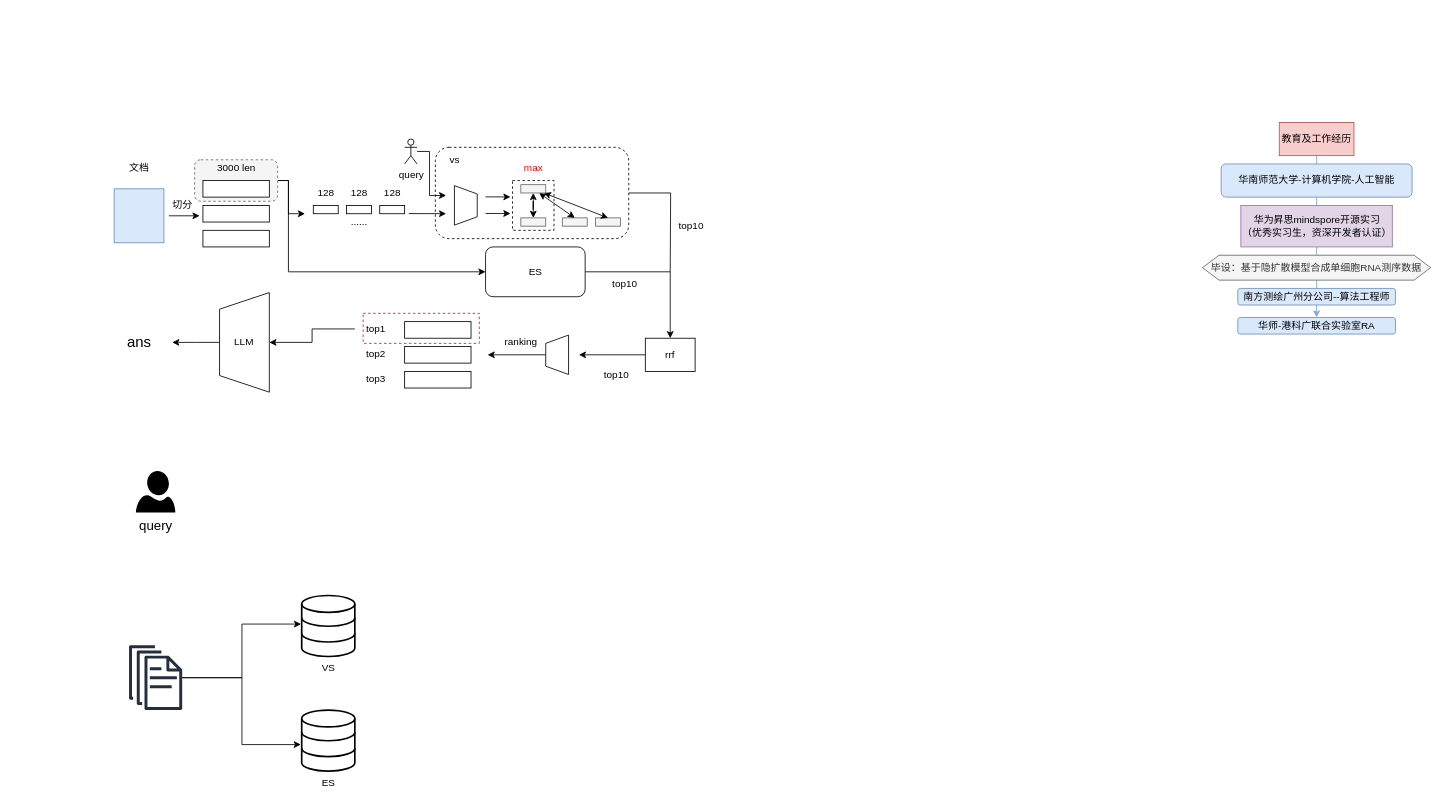
The draw.io diagram Paper replay/答辩.drawio in kingkingofall/school_project, before the edit. Source tidied: cells renumbered, new cells numbered last; positions are measured from the earlier drawing's top-left corner, leaving out a move shared by most shapes. Both pictures are drawn from the tidied source at 83%, with x=0, y=0 at pixel (114, 122).
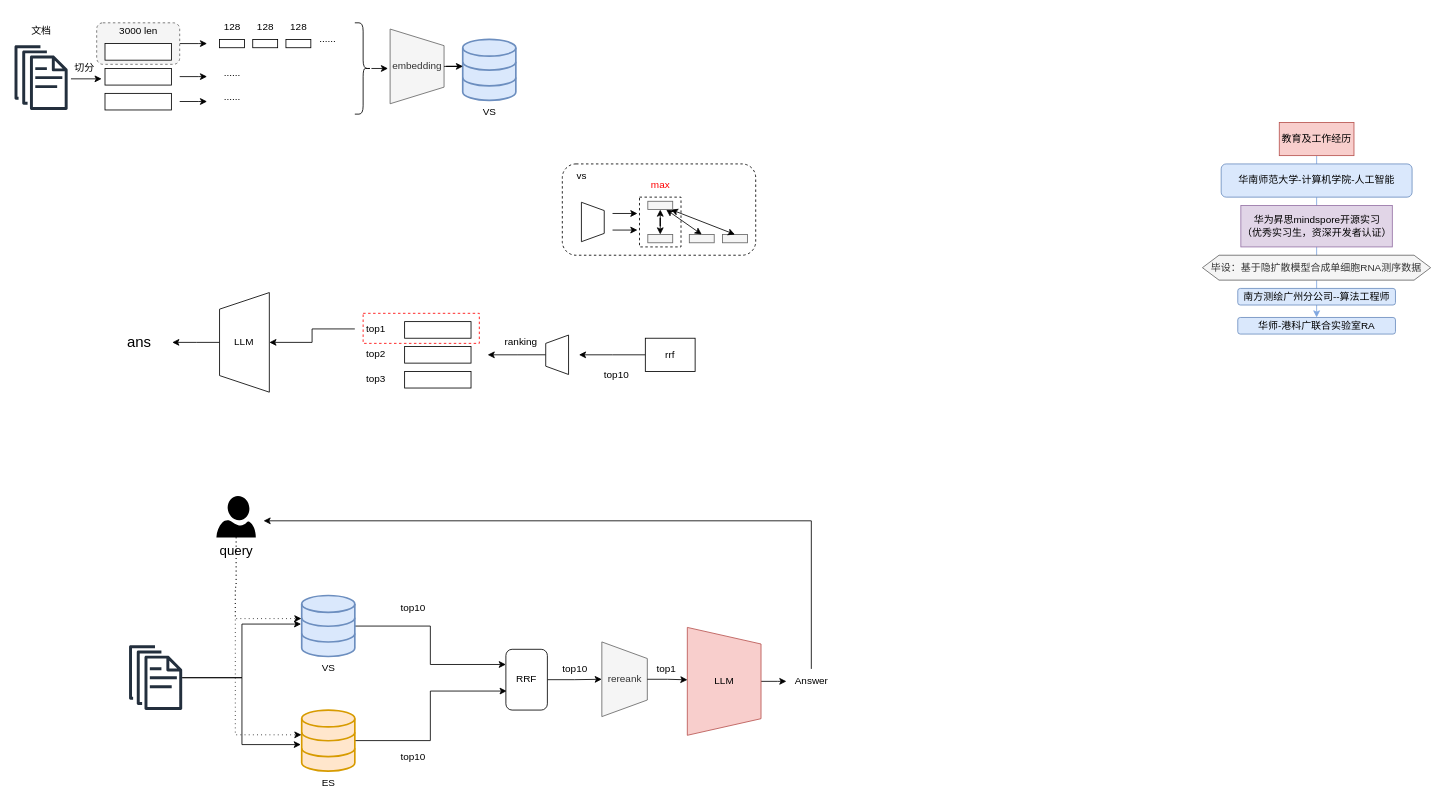
Above is the later version.

The change refers to these unchanged cells:
```xml
<mxCell id="17" value="rrf" style="rounded=0;whiteSpace=wrap;html=1;" parent="1" vertex="1">
  <mxGeometry x="640" y="260" width="60" height="40" as="geometry" />
</mxCell>
```

Diff of the diagram source:
```diff
@@
-    <mxCell id="3" style="edgeStyle=orthogonalEdgeStyle;rounded=0;jettySize=auto;html=1;endArrow=none;endFill=0;" parent="1" edge="1" source="4">
-      <mxGeometry relative="1" as="geometry">
-        <mxPoint x="670" y="180" as="targetPoint" />
-      </mxGeometry>
-    </mxCell>
     <mxCell id="4" style="rounded=1;whiteSpace=wrap;html=1;dashed=1;" parent="1" vertex="1">
-      <mxGeometry x="387" y="30" width="233" height="110" as="geometry" />
+      <mxGeometry x="540" y="50" width="233" height="110" as="geometry" />
     </mxCell>
     <mxCell id="5" style="rounded=0;whiteSpace=wrap;html=1;dashed=1;" parent="1" vertex="1">
-      <mxGeometry x="480" y="70" width="50" height="60" as="geometry" />
+      <mxGeometry x="633" y="90" width="50" height="60" as="geometry" />
     </mxCell>
     <mxCell id="6" style="edgeStyle=orthogonalEdgeStyle;rounded=0;jettySize=auto;html=1;" parent="1" edge="1" source="8">
       <mxGeometry relative="1" as="geometry">
-        <mxPoint x="230" y="110" as="targetPoint" />
+        <mxPoint x="112" y="-95" as="targetPoint" />
         <Array as="points">
-          <mxPoint x="210" y="70" />
-          <mxPoint x="210" y="110" />
+          <mxPoint x="102" y="-95" />
+          <mxPoint x="102" y="-95" />
         </Array>
       </mxGeometry>
     </mxCell>
-    <mxCell id="7" style="edgeStyle=orthogonalEdgeStyle;rounded=0;jettySize=auto;html=1;exitX=1;exitY=0.5;exitDx=0;exitDy=0;entryX=0;entryY=0.5;entryDx=0;entryDy=0;" parent="1" edge="1" source="8" target="64">
-      <mxGeometry relative="1" as="geometry">
-        <Array as="points">
-          <mxPoint x="210" y="70" />
-          <mxPoint x="210" y="180" />
-        </Array>
-      </mxGeometry>
-    </mxCell>
     <mxCell id="8" style="rounded=1;whiteSpace=wrap;html=1;dashed=1;fillColor=#f5f5f5;fontColor=#333333;strokeColor=#666666;" parent="1" vertex="1">
-      <mxGeometry x="97" y="45" width="100" height="50" as="geometry" />
+      <mxGeometry x="-21" y="-120" width="100" height="50" as="geometry" />
     </mxCell>
@@
     <mxCell id="18" style="edgeStyle=orthogonalEdgeStyle;rounded=0;orthogonalLoop=1;jettySize=auto;html=1;" parent="1" edge="1">
       <mxGeometry relative="1" as="geometry">
-        <mxPoint x="66" y="112.5" as="sourcePoint" />
-        <mxPoint x="103" y="112.5" as="targetPoint" />
+        <mxPoint x="-52" y="-52.5" as="sourcePoint" />
+        <mxPoint x="-15" y="-52.5" as="targetPoint" />
       </mxGeometry>
     </mxCell>
-    <mxCell id="19" style="rounded=0;whiteSpace=wrap;html=1;fillColor=#dae8fc;strokeColor=#6c8ebf;" parent="1" vertex="1">
-      <mxGeometry y="80" width="60" height="65" as="geometry" />
-    </mxCell>
     <mxCell id="20" value="文档" style="text;html=1;align=center;verticalAlign=middle;strokeColor=none;fillColor=none;" parent="1" vertex="1">
-      <mxGeometry x="5" y="40" width="50" height="30" as="geometry" />
+      <mxGeometry x="-113" y="-125" width="50" height="30" as="geometry" />
     </mxCell>
     <mxCell id="21" style="rounded=0;whiteSpace=wrap;html=1;" parent="1" vertex="1">
-      <mxGeometry x="107" y="70" width="80" height="20" as="geometry" />
+      <mxGeometry x="-11" y="-95" width="80" height="20" as="geometry" />
     </mxCell>
     <mxCell id="22" style="rounded=0;whiteSpace=wrap;html=1;" parent="1" vertex="1">
-      <mxGeometry x="107" y="100" width="80" height="20" as="geometry" />
+      <mxGeometry x="-11" y="-65" width="80" height="20" as="geometry" />
     </mxCell>
     <mxCell id="23" style="rounded=0;whiteSpace=wrap;html=1;" parent="1" vertex="1">
-      <mxGeometry x="107" y="130" width="80" height="20" as="geometry" />
+      <mxGeometry x="-11" y="-35" width="80" height="20" as="geometry" />
     </mxCell>
     <mxCell id="24" value="切分" style="text;html=1;align=center;verticalAlign=middle;strokeColor=none;fillColor=none;" parent="1" vertex="1">
-      <mxGeometry x="57" y="85" width="50" height="30" as="geometry" />
+      <mxGeometry x="-61" y="-80" width="50" height="30" as="geometry" />
     </mxCell>
     <mxCell id="25" value="3000 len" style="text;html=1;align=center;verticalAlign=middle;strokeColor=none;fillColor=none;" parent="1" vertex="1">
-      <mxGeometry x="112" y="40" width="70" height="30" as="geometry" />
+      <mxGeometry x="-6" y="-125" width="70" height="30" as="geometry" />
     </mxCell>
     <mxCell id="26" style="rounded=0;whiteSpace=wrap;html=1;" parent="1" vertex="1">
-      <mxGeometry x="240" y="100" width="30" height="10" as="geometry" />
+      <mxGeometry x="127" y="-100" width="30" height="10" as="geometry" />
     </mxCell>
     <mxCell id="27" style="rounded=0;whiteSpace=wrap;html=1;" parent="1" vertex="1">
-      <mxGeometry x="280" y="100" width="30" height="10" as="geometry" />
+      <mxGeometry x="167" y="-100" width="30" height="10" as="geometry" />
     </mxCell>
     <mxCell id="28" style="rounded=0;whiteSpace=wrap;html=1;" parent="1" vertex="1">
-      <mxGeometry x="320" y="100" width="30" height="10" as="geometry" />
+      <mxGeometry x="207" y="-100" width="30" height="10" as="geometry" />
     </mxCell>
     <mxCell id="29" value="......" style="text;html=1;align=center;verticalAlign=middle;strokeColor=none;fillColor=none;" parent="1" vertex="1">
-      <mxGeometry x="275" y="105" width="40" height="30" as="geometry" />
+      <mxGeometry x="237" y="-115" width="40" height="30" as="geometry" />
     </mxCell>
     <mxCell id="30" value="128" style="text;html=1;align=center;verticalAlign=middle;strokeColor=none;fillColor=none;" parent="1" vertex="1">
-      <mxGeometry x="235" y="70" width="40" height="30" as="geometry" />
+      <mxGeometry x="122" y="-130" width="40" height="30" as="geometry" />
     </mxCell>
     <mxCell id="31" value="128" style="text;html=1;align=center;verticalAlign=middle;strokeColor=none;fillColor=none;" parent="1" vertex="1">
-      <mxGeometry x="275" y="70" width="40" height="30" as="geometry" />
+      <mxGeometry x="162" y="-130" width="40" height="30" as="geometry" />
     </mxCell>
     <mxCell id="32" value="128" style="text;html=1;align=center;verticalAlign=middle;strokeColor=none;fillColor=none;" parent="1" vertex="1">
-      <mxGeometry x="315" y="70" width="40" height="30" as="geometry" />
+      <mxGeometry x="202" y="-130" width="40" height="30" as="geometry" />
     </mxCell>
     <mxCell id="33" style="shape=trapezoid;perimeter=trapezoidPerimeter;whiteSpace=wrap;html=1;fixedSize=1;rotation=90;size=10;textDirection=rtl;" parent="1" vertex="1">
-      <mxGeometry x="400" y="86.2" width="47.5" height="27.5" as="geometry" />
+      <mxGeometry x="553" y="106.2" width="47.5" height="27.5" as="geometry" />
     </mxCell>
-    <mxCell id="34" style="endArrow=classic;html=1;rounded=0;" parent="1" edge="1">
-      <mxGeometry relative="1" as="geometry">
-        <mxPoint x="355" y="109.8" as="sourcePoint" />
-        <mxPoint x="400" y="110" as="targetPoint" />
-      </mxGeometry>
-    </mxCell>
-    <mxCell id="35" style="edgeStyle=orthogonalEdgeStyle;rounded=0;jettySize=auto;html=1;" parent="1" edge="1" source="36">
-      <mxGeometry relative="1" as="geometry">
-        <mxPoint x="400" y="88" as="targetPoint" />
-        <Array as="points">
-          <mxPoint x="380" y="35" />
-          <mxPoint x="380" y="88" />
-        </Array>
-      </mxGeometry>
-    </mxCell>
-    <mxCell id="36" value="query" style="shape=umlActor;verticalLabelPosition=bottom;verticalAlign=top;html=1;outlineConnect=0;" parent="1" vertex="1">
-      <mxGeometry x="350" y="20" width="15" height="30" as="geometry" />
-    </mxCell>
     <mxCell id="37" style="endArrow=classic;html=1;rounded=0;" parent="1" edge="1">
       <mxGeometry relative="1" as="geometry">
-        <mxPoint x="447.5" y="89.7" as="sourcePoint" />
-        <mxPoint x="477.5" y="89.7" as="targetPoint" />
+        <mxPoint x="600.5" y="109.7" as="sourcePoint" />
+        <mxPoint x="630.5" y="109.7" as="targetPoint" />
       </mxGeometry>
     </mxCell>
     <mxCell id="38" style="endArrow=classic;html=1;rounded=0;" parent="1" edge="1">
       <mxGeometry relative="1" as="geometry">
-        <mxPoint x="447.5" y="109.7" as="sourcePoint" />
-        <mxPoint x="477.5" y="109.7" as="targetPoint" />
+        <mxPoint x="600.5" y="129.7" as="sourcePoint" />
+        <mxPoint x="630.5" y="129.7" as="targetPoint" />
       </mxGeometry>
     </mxCell>
     <mxCell id="39" style="rounded=0;whiteSpace=wrap;html=1;fillColor=#f5f5f5;fontColor=#333333;strokeColor=#666666;" parent="1" vertex="1">
-      <mxGeometry x="490" y="115" width="30" height="10" as="geometry" />
+      <mxGeometry x="643" y="135" width="30" height="10" as="geometry" />
     </mxCell>
     <mxCell id="40" style="rounded=0;whiteSpace=wrap;html=1;fillColor=#f5f5f5;fontColor=#333333;strokeColor=#666666;" parent="1" vertex="1">
-      <mxGeometry x="540" y="115" width="30" height="10" as="geometry" />
+      <mxGeometry x="693" y="135" width="30" height="10" as="geometry" />
     </mxCell>
     <mxCell id="41" style="rounded=0;whiteSpace=wrap;html=1;fillColor=#f5f5f5;fontColor=#333333;strokeColor=#666666;" parent="1" vertex="1">
-      <mxGeometry x="580" y="115" width="30" height="10" as="geometry" />
+      <mxGeometry x="733" y="135" width="30" height="10" as="geometry" />
     </mxCell>
@@
     <mxCell id="45" style="rounded=0;whiteSpace=wrap;html=1;fillColor=#f5f5f5;fontColor=#333333;strokeColor=#666666;" parent="1" vertex="1">
-      <mxGeometry x="490" y="75" width="30" height="10" as="geometry" />
+      <mxGeometry x="643" y="95" width="30" height="10" as="geometry" />
     </mxCell>
     <mxCell id="46" value="&lt;font color=&quot;#ff0000&quot;&gt;max&lt;/font&gt;" style="text;html=1;align=center;verticalAlign=middle;strokeColor=none;fillColor=none;" parent="1" vertex="1">
-      <mxGeometry x="480" y="40" width="50" height="30" as="geometry" />
+      <mxGeometry x="633" y="60" width="50" height="30" as="geometry" />
     </mxCell>
     <mxCell id="47" value="vs" style="text;html=1;align=center;verticalAlign=middle;strokeColor=none;fillColor=none;" parent="1" vertex="1">
-      <mxGeometry x="390" y="30" width="40" height="30" as="geometry" />
+      <mxGeometry x="543" y="50" width="40" height="30" as="geometry" />
     </mxCell>
-    <mxCell id="48" value="top10" style="text;html=1;align=center;verticalAlign=middle;strokeColor=none;fillColor=none;" parent="1" vertex="1">
-      <mxGeometry x="670" y="110" width="50" height="30" as="geometry" />
-    </mxCell>
@@
-    <mxCell id="63" style="edgeStyle=orthogonalEdgeStyle;rounded=0;jettySize=auto;html=1;entryX=0.5;entryY=0;entryDx=0;entryDy=0;" parent="1" edge="1" source="64" target="17">
-      <mxGeometry relative="1" as="geometry" />
-    </mxCell>
-    <mxCell id="64" value="ES" style="rounded=1;whiteSpace=wrap;html=1;" parent="1" vertex="1">
-      <mxGeometry x="447.5" y="150" width="120" height="60" as="geometry" />
-    </mxCell>
-    <mxCell id="65" value="top10" style="text;html=1;align=center;verticalAlign=middle;strokeColor=none;fillColor=none;" parent="1" vertex="1">
-      <mxGeometry x="590" y="180" width="50" height="30" as="geometry" />
-    </mxCell>
@@
+    <mxCell id="72" style="edgeStyle=orthogonalEdgeStyle;rounded=0;jettySize=auto;html=1;entryX=0;entryY=0.25;entryDx=0;entryDy=0;" parent="1" edge="1" source="67" target="79">
+      <mxGeometry relative="1" as="geometry" />
+    </mxCell>
-    <mxCell id="67" value="VS" style="html=1;verticalLabelPosition=bottom;align=center;labelBackgroundColor=#ffffff;verticalAlign=top;strokeWidth=2;strokeColor=#000000;shadow=0;dashed=0;shape=mxgraph.ios7.icons.data;" parent="1" vertex="1">
+    <mxCell id="67" value="VS" style="html=1;verticalLabelPosition=bottom;align=center;labelBackgroundColor=#ffffff;verticalAlign=top;strokeWidth=2;strokeColor=#6c8ebf;shadow=0;dashed=0;shape=mxgraph.ios7.icons.data;fillColor=#dae8fc;" parent="1" vertex="1">
       <mxGeometry x="226" y="570" width="64" height="73.5" as="geometry" />
     </mxCell>
+    <mxCell id="73" style="edgeStyle=orthogonalEdgeStyle;rounded=0;jettySize=auto;html=1;entryX=0.02;entryY=0.687;entryDx=0;entryDy=0;entryPerimeter=0;" parent="1" edge="1" source="68" target="79">
+      <mxGeometry relative="1" as="geometry" />
+    </mxCell>
-    <mxCell id="68" value="ES" style="html=1;verticalLabelPosition=bottom;align=center;labelBackgroundColor=#ffffff;verticalAlign=top;strokeWidth=2;strokeColor=#000000;shadow=0;dashed=0;shape=mxgraph.ios7.icons.data;" parent="1" vertex="1">
+    <mxCell id="68" value="ES" style="html=1;verticalLabelPosition=bottom;align=center;labelBackgroundColor=#ffffff;verticalAlign=top;strokeWidth=2;strokeColor=#d79b00;shadow=0;dashed=0;shape=mxgraph.ios7.icons.data;fillColor=#ffe6cc;" parent="1" vertex="1">
       <mxGeometry x="226" y="708" width="64" height="73.5" as="geometry" />
     </mxCell>
@@
+    <mxCell id="74" style="edgeStyle=orthogonalEdgeStyle;rounded=0;jettySize=auto;html=1;entryX=-0.005;entryY=0.378;entryDx=0;entryDy=0;entryPerimeter=0;dashed=1;dashPattern=1 4;" parent="1" edge="1" source="71" target="67">
+      <mxGeometry relative="1" as="geometry">
+        <Array as="points">
+          <mxPoint x="147" y="560" />
+          <mxPoint x="146" y="560" />
+          <mxPoint x="146" y="598" />
+        </Array>
+      </mxGeometry>
+    </mxCell>
     <mxCell id="71" value="&lt;font style=&quot;font-size: 16px;&quot;&gt;query&lt;/font&gt;" style="verticalLabelPosition=bottom;html=1;verticalAlign=top;align=center;strokeColor=none;fillColor=#000000;shape=mxgraph.azure.user;" parent="1" vertex="1">
-      <mxGeometry x="26.2" y="420" width="47.5" height="50" as="geometry" />
+      <mxGeometry x="123.2" y="450" width="47.5" height="50" as="geometry" />
     </mxCell>
+    <mxCell id="75" value="top10" style="text;html=1;align=center;verticalAlign=middle;strokeColor=none;fillColor=none;" parent="1" vertex="1">
+      <mxGeometry x="335" y="570" width="50" height="30" as="geometry" />
+    </mxCell>
+    <mxCell id="76" value="top10" style="text;html=1;align=center;verticalAlign=middle;strokeColor=none;fillColor=none;" parent="1" vertex="1">
+      <mxGeometry x="335" y="750" width="50" height="30" as="geometry" />
+    </mxCell>
+    <mxCell id="77" style="edgeStyle=orthogonalEdgeStyle;rounded=0;jettySize=auto;html=1;entryX=-0.005;entryY=0.406;entryDx=0;entryDy=0;entryPerimeter=0;dashed=1;dashPattern=1 4;" parent="1" edge="1" source="71" target="68">
+      <mxGeometry relative="1" as="geometry">
+        <Array as="points">
+          <mxPoint x="147" y="560" />
+          <mxPoint x="146" y="560" />
+          <mxPoint x="146" y="738" />
+        </Array>
+      </mxGeometry>
+    </mxCell>
+    <mxCell id="78" style="edgeStyle=orthogonalEdgeStyle;rounded=0;jettySize=auto;html=1;entryX=0.5;entryY=1;entryDx=0;entryDy=0;fontFamily=Helvetica;fontSize=12;fontColor=default;" parent="1" edge="1" source="79" target="81">
+      <mxGeometry relative="1" as="geometry" />
+    </mxCell>
+    <mxCell id="79" value="RRF" style="rounded=1;whiteSpace=wrap;html=1;" parent="1" vertex="1">
+      <mxGeometry x="472" y="634.8" width="50" height="73.2" as="geometry" />
+    </mxCell>
+    <mxCell id="80" value="top10" style="text;html=1;align=center;verticalAlign=middle;strokeColor=none;fillColor=none;" parent="1" vertex="1">
+      <mxGeometry x="530" y="643.5" width="50" height="30" as="geometry" />
+    </mxCell>
+    <mxCell id="81" value="rereank" style="shape=trapezoid;perimeter=trapezoidPerimeter;whiteSpace=wrap;html=1;fixedSize=1;rotation=-90;size=20;textDirection=vertical-rl;direction=west;fillColor=#f5f5f5;fontColor=#333333;strokeColor=#666666;" parent="1" vertex="1">
+      <mxGeometry x="570" y="643.5" width="90" height="54.8" as="geometry" />
+    </mxCell>
+    <mxCell id="82" style="edgeStyle=orthogonalEdgeStyle;rounded=0;jettySize=auto;html=1;fontFamily=Helvetica;fontSize=12;fontColor=default;" parent="1" edge="1" source="83">
+      <mxGeometry relative="1" as="geometry">
+        <mxPoint x="810" y="673.4" as="targetPoint" />
+      </mxGeometry>
+    </mxCell>
+    <mxCell id="83" value="LLM" style="shape=trapezoid;perimeter=trapezoidPerimeter;whiteSpace=wrap;html=1;fixedSize=1;rotation=-90;size=20;textDirection=vertical-rl;direction=west;fillColor=#f8cecc;strokeColor=#b85450;" parent="1" vertex="1">
+      <mxGeometry x="670" y="629" width="130" height="88.8" as="geometry" />
+    </mxCell>
+    <mxCell id="84" style="edgeStyle=orthogonalEdgeStyle;rounded=0;jettySize=auto;html=1;entryX=0.486;entryY=0.998;entryDx=0;entryDy=0;entryPerimeter=0;fontFamily=Helvetica;fontSize=12;fontColor=default;" parent="1" edge="1" source="81" target="83">
+      <mxGeometry relative="1" as="geometry" />
+    </mxCell>
+    <mxCell id="85" value="top1" style="text;html=1;align=center;verticalAlign=middle;strokeColor=none;fillColor=none;" parent="1" vertex="1">
+      <mxGeometry x="640" y="643.5" width="50" height="30" as="geometry" />
+    </mxCell>
+    <mxCell id="86" style="edgeStyle=orthogonalEdgeStyle;rounded=0;jettySize=auto;html=1;fontFamily=Helvetica;fontSize=12;fontColor=default;" parent="1" edge="1" source="87">
+      <mxGeometry relative="1" as="geometry">
+        <mxPoint x="180" y="480" as="targetPoint" />
+        <Array as="points">
+          <mxPoint x="840" y="480" />
+        </Array>
+      </mxGeometry>
+    </mxCell>
+    <mxCell id="87" value="Answer" style="text;html=1;align=center;verticalAlign=middle;points=[];strokeColor=none;fillColor=none;fontFamily=Helvetica;fontSize=12;fontColor=default;" parent="1" vertex="1">
+      <mxGeometry x="810" y="658.4" width="60" height="30" as="geometry" />
+    </mxCell>
+    <mxCell id="88" style="sketch=0;fontColor=#232F3E;gradientColor=none;fillColor=#232F3D;strokeColor=none;dashed=0;verticalLabelPosition=bottom;verticalAlign=top;align=center;html=1;fontSize=12;fontStyle=0;shape=mxgraph.aws4.documents;" parent="1" vertex="1">
+      <mxGeometry x="-120" y="-93" width="64" height="78" as="geometry" />
+    </mxCell>
+    <mxCell id="89" style="edgeStyle=orthogonalEdgeStyle;rounded=0;orthogonalLoop=1;jettySize=auto;html=1;" parent="1" edge="1">
+      <mxGeometry relative="1" as="geometry">
+        <mxPoint x="79" y="-55.2" as="sourcePoint" />
+        <mxPoint x="112" y="-55.2" as="targetPoint" />
+        <Array as="points">
+          <mxPoint x="102" y="-55.2" />
+          <mxPoint x="102" y="-55.2" />
+        </Array>
+      </mxGeometry>
+    </mxCell>
+    <mxCell id="90" style="edgeStyle=orthogonalEdgeStyle;rounded=0;orthogonalLoop=1;jettySize=auto;html=1;" parent="1" edge="1">
+      <mxGeometry relative="1" as="geometry">
+        <mxPoint x="79" y="-25.2" as="sourcePoint" />
+        <mxPoint x="112" y="-25.2" as="targetPoint" />
+        <Array as="points">
+          <mxPoint x="102" y="-25.2" />
+          <mxPoint x="102" y="-25.2" />
+        </Array>
+      </mxGeometry>
+    </mxCell>
+    <mxCell id="91" value="......" style="text;html=1;align=center;verticalAlign=middle;strokeColor=none;fillColor=none;perimeterSpacing=4;strokeWidth=5;" parent="1" vertex="1">
+      <mxGeometry x="122" y="-75" width="40" height="30" as="geometry" />
+    </mxCell>
+    <mxCell id="92" value="......" style="text;html=1;align=center;verticalAlign=middle;strokeColor=none;fillColor=none;" parent="1" vertex="1">
+      <mxGeometry x="122" y="-45" width="40" height="30" as="geometry" />
+    </mxCell>
+    <mxCell id="93" style="edgeStyle=orthogonalEdgeStyle;rounded=0;jettySize=auto;html=1;fontFamily=Helvetica;fontSize=12;fontColor=default;" parent="1" edge="1" source="94">
+      <mxGeometry relative="1" as="geometry">
+        <mxPoint x="330" y="-65" as="targetPoint" />
+      </mxGeometry>
+    </mxCell>
+    <mxCell id="94" style="shape=curlyBracket;whiteSpace=wrap;html=1;rounded=1;flipH=1;labelPosition=right;verticalLabelPosition=middle;align=left;verticalAlign=middle;strokeColor=default;fontFamily=Helvetica;fontSize=12;fontColor=default;fillColor=default;size=0.5;" parent="1" vertex="1">
+      <mxGeometry x="290" y="-120" width="20" height="110" as="geometry" />
+    </mxCell>
+    <mxCell id="95" value="VS" style="html=1;verticalLabelPosition=bottom;align=center;labelBackgroundColor=#ffffff;verticalAlign=top;strokeWidth=2;strokeColor=#6c8ebf;shadow=0;dashed=0;shape=mxgraph.ios7.icons.data;fillColor=#dae8fc;" parent="1" vertex="1">
+      <mxGeometry x="420" y="-100.1" width="64" height="73.5" as="geometry" />
+    </mxCell>
+    <mxCell id="96" value="embedding" style="shape=trapezoid;perimeter=trapezoidPerimeter;whiteSpace=wrap;html=1;fixedSize=1;rotation=-90;size=20;textDirection=vertical-rl;direction=west;fillColor=#f5f5f5;fontColor=#333333;strokeColor=#666666;" parent="1" vertex="1">
+      <mxGeometry x="320" y="-100" width="90" height="65" as="geometry" />
+    </mxCell>
+    <mxCell id="97" style="edgeStyle=orthogonalEdgeStyle;rounded=0;jettySize=auto;html=1;entryX=0.006;entryY=0.443;entryDx=0;entryDy=0;entryPerimeter=0;fontFamily=Helvetica;fontSize=12;fontColor=default;" parent="1" edge="1" source="96" target="95">
+      <mxGeometry relative="1" as="geometry" />
+    </mxCell>
```
